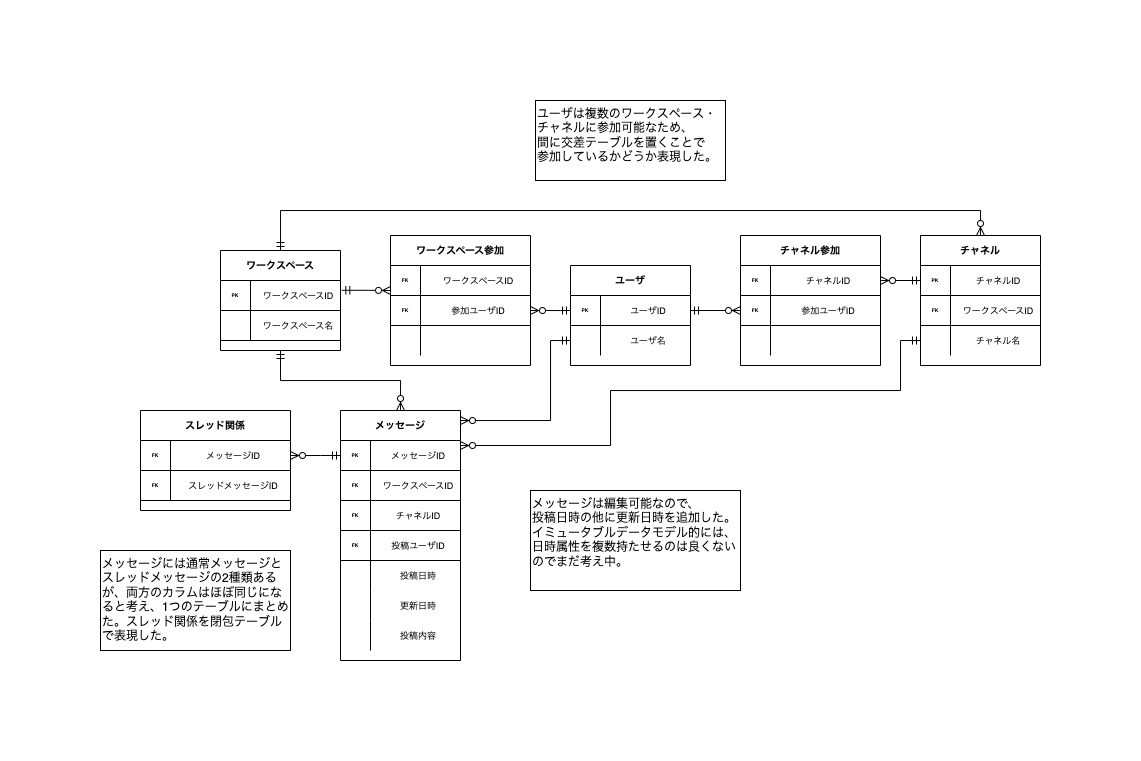
yasakanimaimai/praha_challenge keeps this draw.io diagram as DBモデリング2/課題1.drawio.png. Above is the earlier version. Source tidied: cells renumbered, new cells last; positions are measured from the earlier drawing's top-left corner, leaving out a move shared by most shapes.
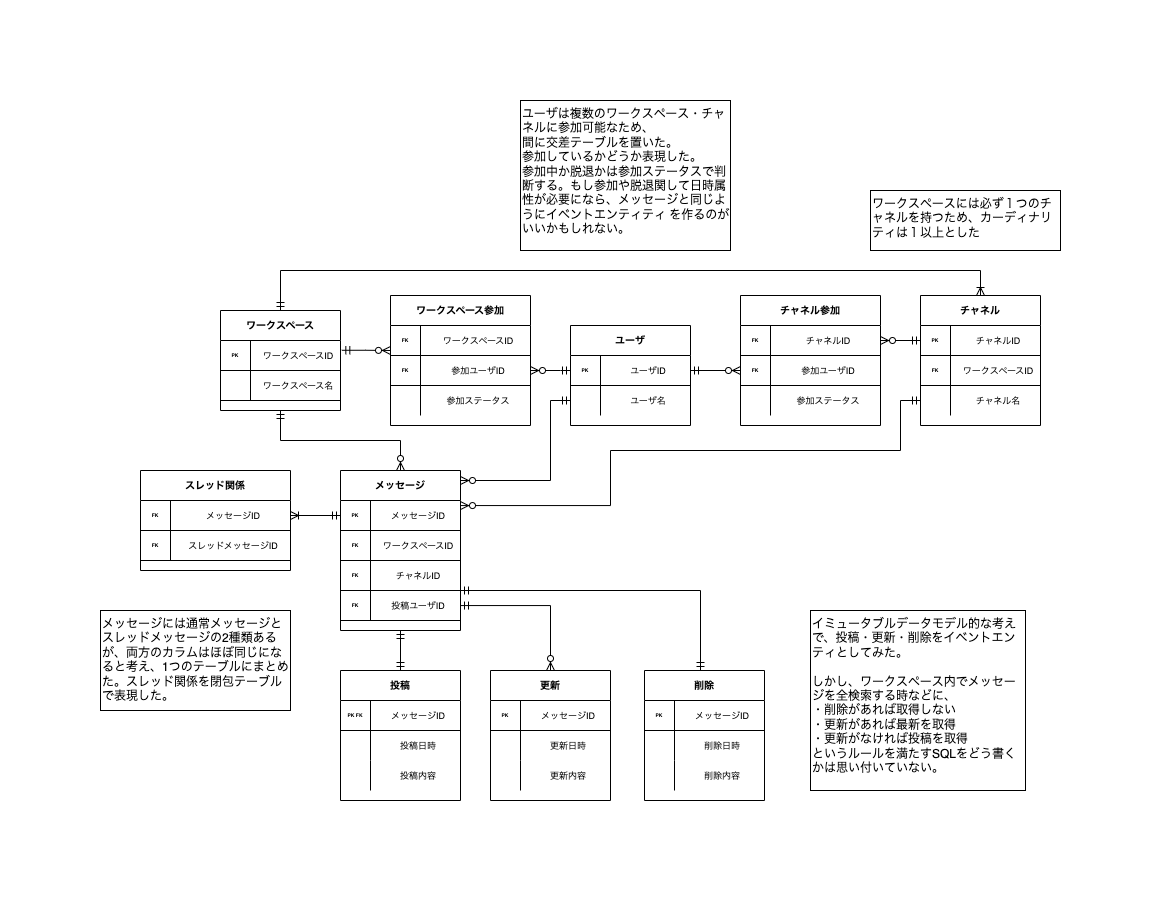
The same file after the commit.

Commit message:
DBモデリング2回答

The edit, as a diff of the source:
```diff
@@ -75,7 +75,7 @@
       <mxGeometry x="30" width="90" height="30" as="geometry" />
     </mxCell>
     <mxCell id="26" value="メッセージ" style="shape=table;startSize=30;rowLines=0;fontStyle=1;align=center;rounded=0;shadow=0;fontSize=10;strokeWidth=1;fillColor=default;gradientColor=#ffffff;gradientDirection=east;sketch=0;swimlaneLine=1;strokeColor=default;swimlaneFillColor=default;spacingTop=0;right=0;" parent="1" vertex="1">
-      <mxGeometry x="240" y="310" width="120" height="250" as="geometry" />
+      <mxGeometry x="240" y="310" width="120" height="160" as="geometry" />
     </mxCell>
     <mxCell id="27" style="shape=tableRow;horizontal=0;startSize=0;swimlaneHead=0;swimlaneBody=0;fillColor=none;points=[[0,0.5],[1,0.5]];portConstraint=eastwest;top=0;left=0;right=0;bottom=1;rounded=0;shadow=0;fontSize=5;strokeWidth=1;align=center;" parent="26" vertex="1">
       <mxGeometry y="30" width="120" height="30" as="geometry" />
@@ -113,33 +113,6 @@
     <mxCell id="38" value="投稿ユーザID" style="shape=partialRectangle;fillColor=none;top=0;left=0;bottom=0;right=0;align=center;spacingLeft=6;fontStyle=0;overflow=hidden;rounded=0;shadow=0;fontSize=9;strokeWidth=1;" parent="36" vertex="1">
       <mxGeometry x="30" width="90" height="30" as="geometry" />
     </mxCell>
-    <mxCell id="39" style="shape=tableRow;horizontal=0;startSize=0;swimlaneHead=0;swimlaneBody=0;fillColor=none;top=0;left=0;right=0;bottom=0;rounded=0;shadow=0;fontSize=5;strokeWidth=1;" parent="26" vertex="1">
-      <mxGeometry y="150" width="120" height="30" as="geometry" />
-    </mxCell>
-    <mxCell id="40" style="shape=partialRectangle;fillColor=none;top=0;left=0;bottom=0;right=0;overflow=hidden;rounded=0;shadow=0;fontSize=5;strokeWidth=1;" parent="39" vertex="1">
-      <mxGeometry width="30" height="30" as="geometry" />
-    </mxCell>
-    <mxCell id="41" value="投稿日時" style="shape=partialRectangle;fillColor=none;top=0;left=0;bottom=0;right=0;align=center;spacingLeft=6;overflow=hidden;rounded=0;shadow=0;fontSize=9;strokeWidth=1;" parent="39" vertex="1">
-      <mxGeometry x="30" width="90" height="30" as="geometry" />
-    </mxCell>
-    <mxCell id="42" style="shape=tableRow;horizontal=0;startSize=0;swimlaneHead=0;swimlaneBody=0;fillColor=none;top=0;left=0;right=0;bottom=0;rounded=0;shadow=0;fontSize=5;strokeWidth=1;" parent="26" vertex="1">
-      <mxGeometry y="180" width="120" height="30" as="geometry" />
-    </mxCell>
-    <mxCell id="43" style="shape=partialRectangle;fillColor=none;top=0;left=0;bottom=0;right=0;overflow=hidden;rounded=0;shadow=0;fontSize=5;strokeWidth=1;" parent="42" vertex="1">
-      <mxGeometry width="30" height="30" as="geometry" />
-    </mxCell>
-    <mxCell id="44" value="更新日時" style="shape=partialRectangle;fillColor=none;top=0;left=0;bottom=0;right=0;align=center;spacingLeft=6;overflow=hidden;rounded=0;shadow=0;fontSize=9;strokeWidth=1;" parent="42" vertex="1">
-      <mxGeometry x="30" width="90" height="30" as="geometry" />
-    </mxCell>
-    <mxCell id="45" style="shape=tableRow;horizontal=0;startSize=0;swimlaneHead=0;swimlaneBody=0;fillColor=none;top=0;left=0;right=0;bottom=0;rounded=0;shadow=0;fontSize=5;strokeWidth=1;" parent="26" vertex="1">
-      <mxGeometry y="210" width="120" height="30" as="geometry" />
-    </mxCell>
-    <mxCell id="46" style="shape=partialRectangle;fillColor=none;top=0;left=0;bottom=0;right=0;overflow=hidden;rounded=0;shadow=0;fontSize=5;strokeWidth=1;" parent="45" vertex="1">
-      <mxGeometry width="30" height="30" as="geometry" />
-    </mxCell>
-    <mxCell id="47" value="投稿内容" style="shape=partialRectangle;fillColor=none;top=0;left=0;bottom=0;right=0;align=center;spacingLeft=6;overflow=hidden;rounded=0;shadow=0;fontSize=9;strokeWidth=1;" parent="45" vertex="1">
-      <mxGeometry x="30" width="90" height="30" as="geometry" />
-    </mxCell>
     <mxCell id="48" value="ワークスペース参加" style="shape=table;startSize=30;rowLines=0;fontStyle=1;align=center;rounded=0;shadow=0;fontSize=10;strokeWidth=1;fillColor=default;gradientColor=#ffffff;gradientDirection=east;sketch=0;swimlaneLine=1;strokeColor=default;swimlaneFillColor=default;spacingTop=0;" parent="1" vertex="1">
       <mxGeometry x="290" y="135" width="140" height="130" as="geometry" />
     </mxCell>
@@ -167,7 +140,7 @@
     <mxCell id="56" style="shape=partialRectangle;fillColor=none;top=0;left=0;bottom=0;right=0;overflow=hidden;rounded=0;shadow=0;fontSize=5;strokeWidth=1;" parent="55" vertex="1">
       <mxGeometry width="30" height="30" as="geometry" />
     </mxCell>
-    <mxCell id="57" style="shape=partialRectangle;fillColor=none;top=0;left=0;bottom=0;right=0;align=center;spacingLeft=6;overflow=hidden;rounded=0;shadow=0;fontSize=9;strokeWidth=1;" parent="55" vertex="1">
+    <mxCell id="57" value="参加ステータス" style="shape=partialRectangle;fillColor=none;top=0;left=0;bottom=0;right=0;align=center;spacingLeft=6;overflow=hidden;rounded=0;shadow=0;fontSize=9;strokeWidth=1;" parent="55" vertex="1">
       <mxGeometry x="30" width="110" height="30" as="geometry" />
     </mxCell>
     <mxCell id="58" value="チャネル参加" style="shape=table;startSize=30;rowLines=0;fontStyle=1;align=center;rounded=0;shadow=0;fontSize=10;strokeWidth=1;fillColor=default;gradientColor=#ffffff;gradientDirection=east;sketch=0;swimlaneLine=1;strokeColor=default;swimlaneFillColor=default;spacingTop=0;" parent="1" vertex="1">
@@ -197,11 +170,11 @@
     <mxCell id="66" style="shape=partialRectangle;fillColor=none;top=0;left=0;bottom=0;right=0;overflow=hidden;rounded=0;shadow=0;fontSize=5;strokeWidth=1;" parent="65" vertex="1">
       <mxGeometry width="30" height="30" as="geometry" />
     </mxCell>
-    <mxCell id="67" style="shape=partialRectangle;fillColor=none;top=0;left=0;bottom=0;right=0;align=center;spacingLeft=6;overflow=hidden;rounded=0;shadow=0;fontSize=9;strokeWidth=1;" parent="65" vertex="1">
+    <mxCell id="67" value="参加ステータス" style="shape=partialRectangle;fillColor=none;top=0;left=0;bottom=0;right=0;align=center;spacingLeft=6;overflow=hidden;rounded=0;shadow=0;fontSize=9;strokeWidth=1;" parent="65" vertex="1">
       <mxGeometry x="30" width="110" height="30" as="geometry" />
     </mxCell>
-    <mxCell id="68" value="ユーザは複数のワークスペース・チャネルに参加可能なため、&lt;br&gt;間に交差テーブルを置くことで&lt;br&gt;参加しているかどうか表現した。" style="rounded=0;whiteSpace=wrap;html=1;labelBorderColor=none;strokeColor=default;strokeWidth=1;fillColor=#FFFFFF;align=left;verticalAlign=top;" parent="1" vertex="1">
-      <mxGeometry x="435" width="190" height="80" as="geometry" />
+    <mxCell id="68" value="ユーザは複数のワークスペース・チャネルに参加可能なため、&lt;br&gt;間に交差テーブルを置いた。&lt;br&gt;参加しているかどうか表現した。&lt;br&gt;参加中か脱退かは参加ステータスで判断する。もし参加や脱退関して日時属性が必要になら、メッセージと同じようにイベントエンティティ を作るのがいいかもしれない。" style="rounded=0;whiteSpace=wrap;html=1;labelBorderColor=none;strokeColor=default;strokeWidth=1;fillColor=#FFFFFF;align=left;verticalAlign=top;perimeterSpacing=0;" parent="1" vertex="1">
+      <mxGeometry x="420" y="-60" width="210" height="150" as="geometry" />
     </mxCell>
     <mxCell id="69" style="edgeStyle=orthogonalEdgeStyle;fontSize=12;html=1;endArrow=ERzeroToMany;startArrow=ERmandOne;rounded=0;shadow=0;elbow=vertical;entryX=1;entryY=0.5;entryDx=0;entryDy=0;exitX=0;exitY=0.5;exitDx=0;exitDy=0;" parent="1" edge="1" source="3" target="52">
       <mxGeometry relative="1" as="geometry">
@@ -249,14 +222,6 @@
         </Array>
       </mxGeometry>
     </mxCell>
-    <mxCell id="81" style="edgeStyle=orthogonalEdgeStyle;fontSize=12;html=1;endArrow=ERzeroToMany;startArrow=ERmandOne;rounded=0;shadow=0;elbow=vertical;" parent="1" edge="1" source="27" target="73">
-      <mxGeometry relative="1" as="geometry">
-        <Array as="points">
-          <mxPoint x="220" y="355" />
-          <mxPoint x="220" y="355" />
-        </Array>
-      </mxGeometry>
-    </mxCell>
     <mxCell id="82" style="edgeStyle=orthogonalEdgeStyle;fontSize=12;html=1;endArrow=ERzeroToMany;startArrow=ERmandOne;rounded=0;shadow=0;elbow=vertical;" parent="1" edge="1" source="6" target="26">
       <mxGeometry relative="1" as="geometry">
         <Array as="points">
@@ -275,19 +240,128 @@
         </Array>
       </mxGeometry>
     </mxCell>
-    <mxCell id="84" style="edgeStyle=orthogonalEdgeStyle;fontSize=12;html=1;endArrow=ERzeroToMany;startArrow=ERmandOne;rounded=0;shadow=0;elbow=vertical;entryX=0.5;entryY=0;entryDx=0;entryDy=0;" parent="1" edge="1" source="9" target="16">
-      <mxGeometry relative="1" as="geometry">
-        <Array as="points">
-          <mxPoint x="180" y="110" />
-          <mxPoint x="880" y="110" />
-        </Array>
-      </mxGeometry>
-    </mxCell>
     <mxCell id="85" value="メッセージには通常メッセージとスレッドメッセージの2種類あるが、両方のカラムはほぼ同じになると考え、1つのテーブルにまとめた。スレッド関係を閉包テーブルで表現した。" style="rounded=0;whiteSpace=wrap;html=1;labelBorderColor=none;strokeColor=default;strokeWidth=1;fillColor=#FFFFFF;align=left;verticalAlign=top;" parent="1" vertex="1">
       <mxGeometry y="450" width="190" height="100" as="geometry" />
     </mxCell>
-    <mxCell id="86" value="メッセージは編集可能なので、&lt;br&gt;投稿日時の他に更新日時を追加した。&lt;br&gt;イミュータブルデータモデル的には、日時属性を複数持たせるのは良くないのでまだ考え中。" style="rounded=0;whiteSpace=wrap;html=1;labelBorderColor=none;strokeColor=default;strokeWidth=1;fillColor=#FFFFFF;align=left;verticalAlign=top;" parent="1" vertex="1">
-      <mxGeometry x="430" y="390" width="210" height="100" as="geometry" />
+    <mxCell id="86" value="イミュータブルデータモデル的な考えで、投稿・更新・削除をイベントエンティとしてみた。&lt;br&gt;&lt;br&gt;しかし、ワークスペース内でメッセージを全検索する時などに、&lt;br&gt;・削除があれば取得しない&lt;br&gt;・更新があれば最新を取得&lt;br&gt;・更新がなければ投稿を取得&lt;br&gt;というルールを満たすSQLをどう書くかは思い付いていない。" style="rounded=0;whiteSpace=wrap;html=1;labelBorderColor=none;strokeColor=default;strokeWidth=1;fillColor=#FFFFFF;align=left;verticalAlign=top;" parent="1" vertex="1">
+      <mxGeometry x="710" y="450" width="215" height="180" as="geometry" />
     </mxCell>
+    <mxCell id="84" style="edgeStyle=orthogonalEdgeStyle;fontSize=12;html=1;endArrow=ERoneToMany;startArrow=ERmandOne;rounded=0;exitX=0.5;exitY=0;exitDx=0;exitDy=0;" parent="1" edge="1" source="9" target="16">
+      <mxGeometry relative="1" as="geometry">
+        <Array as="points">
+          <mxPoint x="180" y="110" />
+          <mxPoint x="880" y="110" />
+        </Array>
+      </mxGeometry>
+    </mxCell>
+    <mxCell id="87" value="ワークスペースには必ず１つのチャネルを持つため、カーディナリティは１以上とした" style="rounded=0;whiteSpace=wrap;html=1;labelBorderColor=none;strokeColor=default;strokeWidth=1;fillColor=#FFFFFF;align=left;verticalAlign=top;" parent="1" vertex="1">
+      <mxGeometry x="770" y="30" width="190" height="60" as="geometry" />
+    </mxCell>
+    <mxCell id="88" value="投稿" style="shape=table;startSize=30;rowLines=0;fontStyle=1;align=center;rounded=0;shadow=0;fontSize=10;strokeWidth=1;fillColor=default;gradientColor=#ffffff;gradientDirection=east;sketch=0;swimlaneLine=1;strokeColor=default;swimlaneFillColor=default;spacingTop=0;right=0;" parent="1" vertex="1">
+      <mxGeometry x="240" y="510" width="120" height="130" as="geometry" />
+    </mxCell>
+    <mxCell id="89" style="shape=tableRow;horizontal=0;startSize=0;swimlaneHead=0;swimlaneBody=0;fillColor=none;top=0;left=0;right=0;bottom=1;rounded=0;shadow=0;fontSize=5;strokeWidth=1;align=center;" parent="88" vertex="1">
+      <mxGeometry y="30" width="120" height="30" as="geometry" />
+    </mxCell>
+    <mxCell id="90" value="PK FK" style="shape=partialRectangle;fillColor=none;top=0;left=0;bottom=0;right=0;fontStyle=1;overflow=hidden;rounded=0;shadow=0;fontSize=5;strokeWidth=1;" parent="89" vertex="1">
+      <mxGeometry width="30" height="30" as="geometry" />
+    </mxCell>
+    <mxCell id="91" value="メッセージID" style="shape=partialRectangle;fillColor=none;top=0;left=0;bottom=0;right=0;align=center;spacingLeft=6;fontStyle=0;overflow=hidden;rounded=0;shadow=0;fontSize=9;strokeWidth=1;" parent="89" vertex="1">
+      <mxGeometry x="30" width="90" height="30" as="geometry" />
+    </mxCell>
+    <mxCell id="92" style="shape=tableRow;horizontal=0;startSize=0;swimlaneHead=0;swimlaneBody=0;fillColor=none;top=0;left=0;right=0;bottom=0;rounded=0;shadow=0;fontSize=5;strokeWidth=1;" parent="88" vertex="1">
+      <mxGeometry y="60" width="120" height="30" as="geometry" />
+    </mxCell>
+    <mxCell id="93" style="shape=partialRectangle;fillColor=none;top=0;left=0;bottom=0;right=0;overflow=hidden;rounded=0;shadow=0;fontSize=5;strokeWidth=1;" parent="92" vertex="1">
+      <mxGeometry width="30" height="30" as="geometry" />
+    </mxCell>
+    <mxCell id="41" value="投稿日時" style="shape=partialRectangle;fillColor=none;top=0;left=0;bottom=0;right=0;align=center;spacingLeft=6;overflow=hidden;rounded=0;shadow=0;fontSize=9;strokeWidth=1;" parent="92" vertex="1">
+      <mxGeometry x="30" width="90" height="30" as="geometry" />
+    </mxCell>
+    <mxCell id="94" style="shape=tableRow;horizontal=0;startSize=0;swimlaneHead=0;swimlaneBody=0;fillColor=none;top=0;left=0;right=0;bottom=0;rounded=0;shadow=0;fontSize=5;strokeWidth=1;" parent="88" vertex="1">
+      <mxGeometry y="90" width="120" height="30" as="geometry" />
+    </mxCell>
+    <mxCell id="95" style="shape=partialRectangle;fillColor=none;top=0;left=0;bottom=0;right=0;overflow=hidden;rounded=0;shadow=0;fontSize=5;strokeWidth=1;" parent="94" vertex="1">
+      <mxGeometry width="30" height="30" as="geometry" />
+    </mxCell>
+    <mxCell id="47" value="投稿内容" style="shape=partialRectangle;fillColor=none;top=0;left=0;bottom=0;right=0;align=center;spacingLeft=6;overflow=hidden;rounded=0;shadow=0;fontSize=9;strokeWidth=1;" parent="94" vertex="1">
+      <mxGeometry x="30" width="90" height="30" as="geometry" />
+    </mxCell>
+    <mxCell id="81" style="edgeStyle=entityRelationEdgeStyle;fontSize=12;html=1;endArrow=ERoneToMany;startArrow=ERmandOne;rounded=0;" parent="1" edge="1" source="27" target="73">
+      <mxGeometry relative="1" as="geometry" />
+    </mxCell>
+    <mxCell id="96" value="更新" style="shape=table;startSize=30;rowLines=0;fontStyle=1;align=center;rounded=0;shadow=0;fontSize=10;strokeWidth=1;fillColor=default;gradientColor=#ffffff;gradientDirection=east;sketch=0;swimlaneLine=1;strokeColor=default;swimlaneFillColor=default;spacingTop=0;right=0;" parent="1" vertex="1">
+      <mxGeometry x="390" y="510" width="120" height="130" as="geometry" />
+    </mxCell>
+    <mxCell id="97" style="shape=tableRow;horizontal=0;startSize=0;swimlaneHead=0;swimlaneBody=0;fillColor=none;top=0;left=0;right=0;bottom=1;rounded=0;shadow=0;fontSize=5;strokeWidth=1;align=center;" parent="96" vertex="1">
+      <mxGeometry y="30" width="120" height="30" as="geometry" />
+    </mxCell>
+    <mxCell id="98" value="PK" style="shape=partialRectangle;fillColor=none;top=0;left=0;bottom=0;right=0;fontStyle=1;overflow=hidden;rounded=0;shadow=0;fontSize=5;strokeWidth=1;" parent="97" vertex="1">
+      <mxGeometry width="30" height="30" as="geometry" />
+    </mxCell>
+    <mxCell id="99" value="メッセージID" style="shape=partialRectangle;fillColor=none;top=0;left=0;bottom=0;right=0;align=center;spacingLeft=6;fontStyle=0;overflow=hidden;rounded=0;shadow=0;fontSize=9;strokeWidth=1;" parent="97" vertex="1">
+      <mxGeometry x="30" width="90" height="30" as="geometry" />
+    </mxCell>
+    <mxCell id="100" style="shape=tableRow;horizontal=0;startSize=0;swimlaneHead=0;swimlaneBody=0;fillColor=none;top=0;left=0;right=0;bottom=0;rounded=0;shadow=0;fontSize=5;strokeWidth=1;" parent="96" vertex="1">
+      <mxGeometry y="60" width="120" height="30" as="geometry" />
+    </mxCell>
+    <mxCell id="101" style="shape=partialRectangle;fillColor=none;top=0;left=0;bottom=0;right=0;overflow=hidden;rounded=0;shadow=0;fontSize=5;strokeWidth=1;" parent="100" vertex="1">
+      <mxGeometry width="30" height="30" as="geometry" />
+    </mxCell>
+    <mxCell id="44" value="更新日時" style="shape=partialRectangle;fillColor=none;top=0;left=0;bottom=0;right=0;align=center;spacingLeft=6;overflow=hidden;rounded=0;shadow=0;fontSize=9;strokeWidth=1;" parent="100" vertex="1">
+      <mxGeometry x="30" width="90" height="30" as="geometry" />
+    </mxCell>
+    <mxCell id="102" style="shape=tableRow;horizontal=0;startSize=0;swimlaneHead=0;swimlaneBody=0;fillColor=none;top=0;left=0;right=0;bottom=0;rounded=0;shadow=0;fontSize=5;strokeWidth=1;" parent="96" vertex="1">
+      <mxGeometry y="90" width="120" height="30" as="geometry" />
+    </mxCell>
+    <mxCell id="103" style="shape=partialRectangle;fillColor=none;top=0;left=0;bottom=0;right=0;overflow=hidden;rounded=0;shadow=0;fontSize=5;strokeWidth=1;" parent="102" vertex="1">
+      <mxGeometry width="30" height="30" as="geometry" />
+    </mxCell>
+    <mxCell id="104" value="更新内容" style="shape=partialRectangle;fillColor=none;top=0;left=0;bottom=0;right=0;align=center;spacingLeft=6;overflow=hidden;rounded=0;shadow=0;fontSize=9;strokeWidth=1;" parent="102" vertex="1">
+      <mxGeometry x="30" width="90" height="30" as="geometry" />
+    </mxCell>
+    <mxCell id="105" value="削除" style="shape=table;startSize=30;rowLines=0;fontStyle=1;align=center;rounded=0;shadow=0;fontSize=10;strokeWidth=1;fillColor=default;gradientColor=#ffffff;gradientDirection=east;sketch=0;swimlaneLine=1;strokeColor=default;swimlaneFillColor=default;spacingTop=0;right=0;" parent="1" vertex="1">
+      <mxGeometry x="544" y="510" width="120" height="130" as="geometry" />
+    </mxCell>
+    <mxCell id="106" style="shape=tableRow;horizontal=0;startSize=0;swimlaneHead=0;swimlaneBody=0;fillColor=none;top=0;left=0;right=0;bottom=1;rounded=0;shadow=0;fontSize=5;strokeWidth=1;align=center;" parent="105" vertex="1">
+      <mxGeometry y="30" width="120" height="30" as="geometry" />
+    </mxCell>
+    <mxCell id="107" value="PK" style="shape=partialRectangle;fillColor=none;top=0;left=0;bottom=0;right=0;fontStyle=1;overflow=hidden;rounded=0;shadow=0;fontSize=5;strokeWidth=1;" parent="106" vertex="1">
+      <mxGeometry width="30" height="30" as="geometry" />
+    </mxCell>
+    <mxCell id="108" value="メッセージID" style="shape=partialRectangle;fillColor=none;top=0;left=0;bottom=0;right=0;align=center;spacingLeft=6;fontStyle=0;overflow=hidden;rounded=0;shadow=0;fontSize=9;strokeWidth=1;" parent="106" vertex="1">
+      <mxGeometry x="30" width="90" height="30" as="geometry" />
+    </mxCell>
+    <mxCell id="109" style="shape=tableRow;horizontal=0;startSize=0;swimlaneHead=0;swimlaneBody=0;fillColor=none;top=0;left=0;right=0;bottom=0;rounded=0;shadow=0;fontSize=5;strokeWidth=1;" parent="105" vertex="1">
+      <mxGeometry y="60" width="120" height="30" as="geometry" />
+    </mxCell>
+    <mxCell id="110" style="shape=partialRectangle;fillColor=none;top=0;left=0;bottom=0;right=0;overflow=hidden;rounded=0;shadow=0;fontSize=5;strokeWidth=1;" parent="109" vertex="1">
+      <mxGeometry width="30" height="30" as="geometry" />
+    </mxCell>
+    <mxCell id="111" value="削除日時" style="shape=partialRectangle;fillColor=none;top=0;left=0;bottom=0;right=0;align=center;spacingLeft=6;overflow=hidden;rounded=0;shadow=0;fontSize=9;strokeWidth=1;" parent="109" vertex="1">
+      <mxGeometry x="30" width="90" height="30" as="geometry" />
+    </mxCell>
+    <mxCell id="112" style="shape=tableRow;horizontal=0;startSize=0;swimlaneHead=0;swimlaneBody=0;fillColor=none;top=0;left=0;right=0;bottom=0;rounded=0;shadow=0;fontSize=5;strokeWidth=1;" parent="105" vertex="1">
+      <mxGeometry y="90" width="120" height="30" as="geometry" />
+    </mxCell>
+    <mxCell id="113" style="shape=partialRectangle;fillColor=none;top=0;left=0;bottom=0;right=0;overflow=hidden;rounded=0;shadow=0;fontSize=5;strokeWidth=1;" parent="112" vertex="1">
+      <mxGeometry width="30" height="30" as="geometry" />
+    </mxCell>
+    <mxCell id="114" value="削除内容" style="shape=partialRectangle;fillColor=none;top=0;left=0;bottom=0;right=0;align=center;spacingLeft=6;overflow=hidden;rounded=0;shadow=0;fontSize=9;strokeWidth=1;" parent="112" vertex="1">
+      <mxGeometry x="30" width="90" height="30" as="geometry" />
+    </mxCell>
+    <mxCell id="115" style="edgeStyle=orthogonalEdgeStyle;fontSize=12;html=1;endArrow=ERmandOne;startArrow=ERmandOne;rounded=0;entryX=0.5;entryY=1;entryDx=0;entryDy=0;" parent="1" edge="1" source="88" target="26">
+      <mxGeometry relative="1" as="geometry" />
+    </mxCell>
+    <mxCell id="116" style="edgeStyle=orthogonalEdgeStyle;fontSize=12;html=1;endArrow=ERzeroToMany;startArrow=ERmandOne;rounded=0;" parent="1" edge="1" source="36" target="96">
+      <mxGeometry relative="1" as="geometry" />
+    </mxCell>
+    <mxCell id="117" style="edgeStyle=orthogonalEdgeStyle;fontSize=12;html=1;endArrow=ERmandOne;startArrow=ERmandOne;rounded=0;" parent="1" edge="1" source="105" target="36">
+      <mxGeometry relative="1" as="geometry">
+        <Array as="points">
+          <mxPoint x="600" y="430" />
+        </Array>
+      </mxGeometry>
+    </mxCell>
   </root>
 </mxGraphModel>
```
